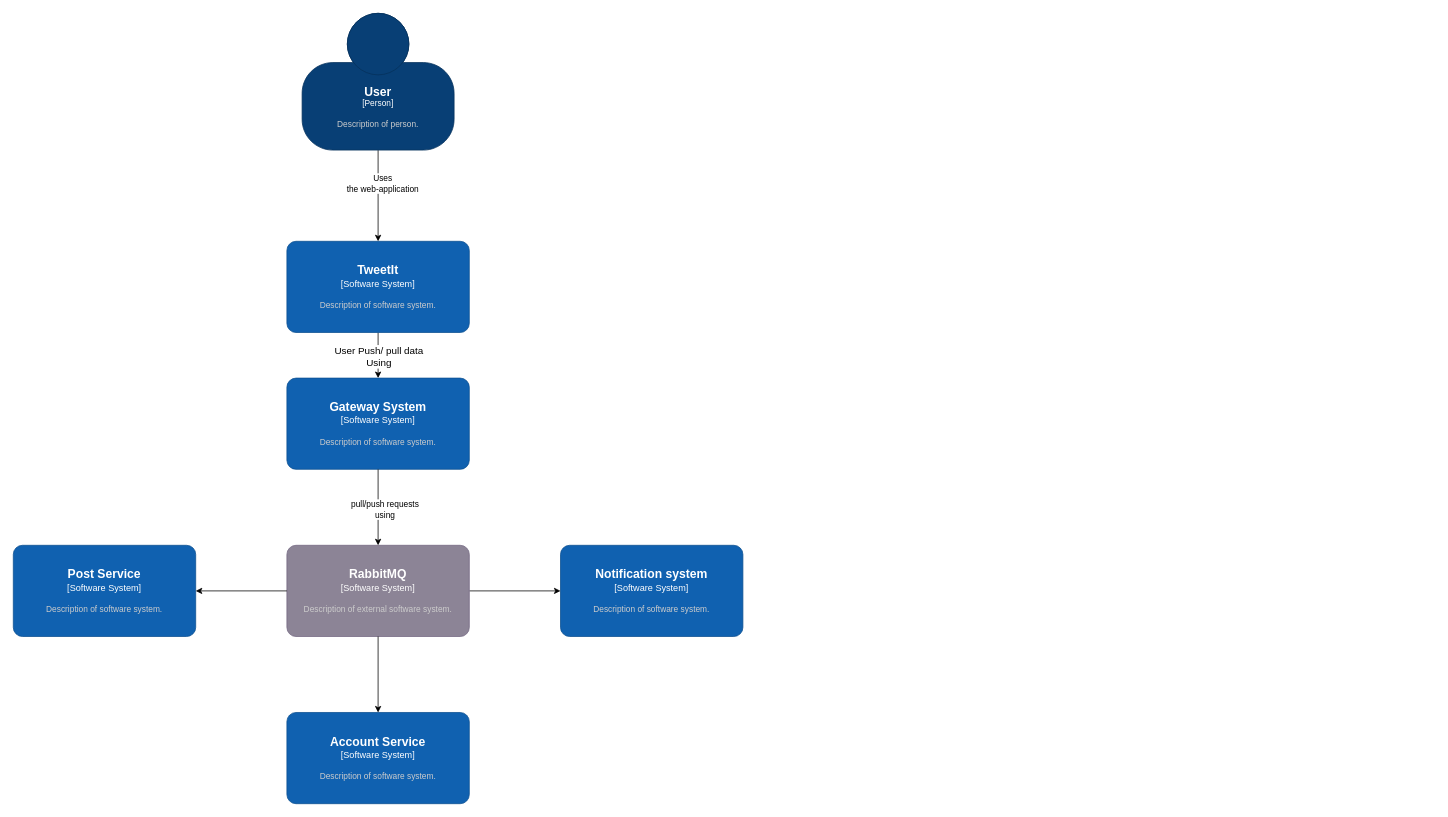
This is page "Side-1" (1 of 7) of docs/drawings/C4.drawio from Christianstensgaard/Assignment_TwitterLike, a draw.io file, before an edit. Source tidied: cells renumbered, new cells numbered last; positions are measured from the earlier drawing's top-left corner, leaving out a move shared by most shapes. Both pictures are drawn from the tidied source at 76%, with x=0, y=0 at pixel (13, 13).
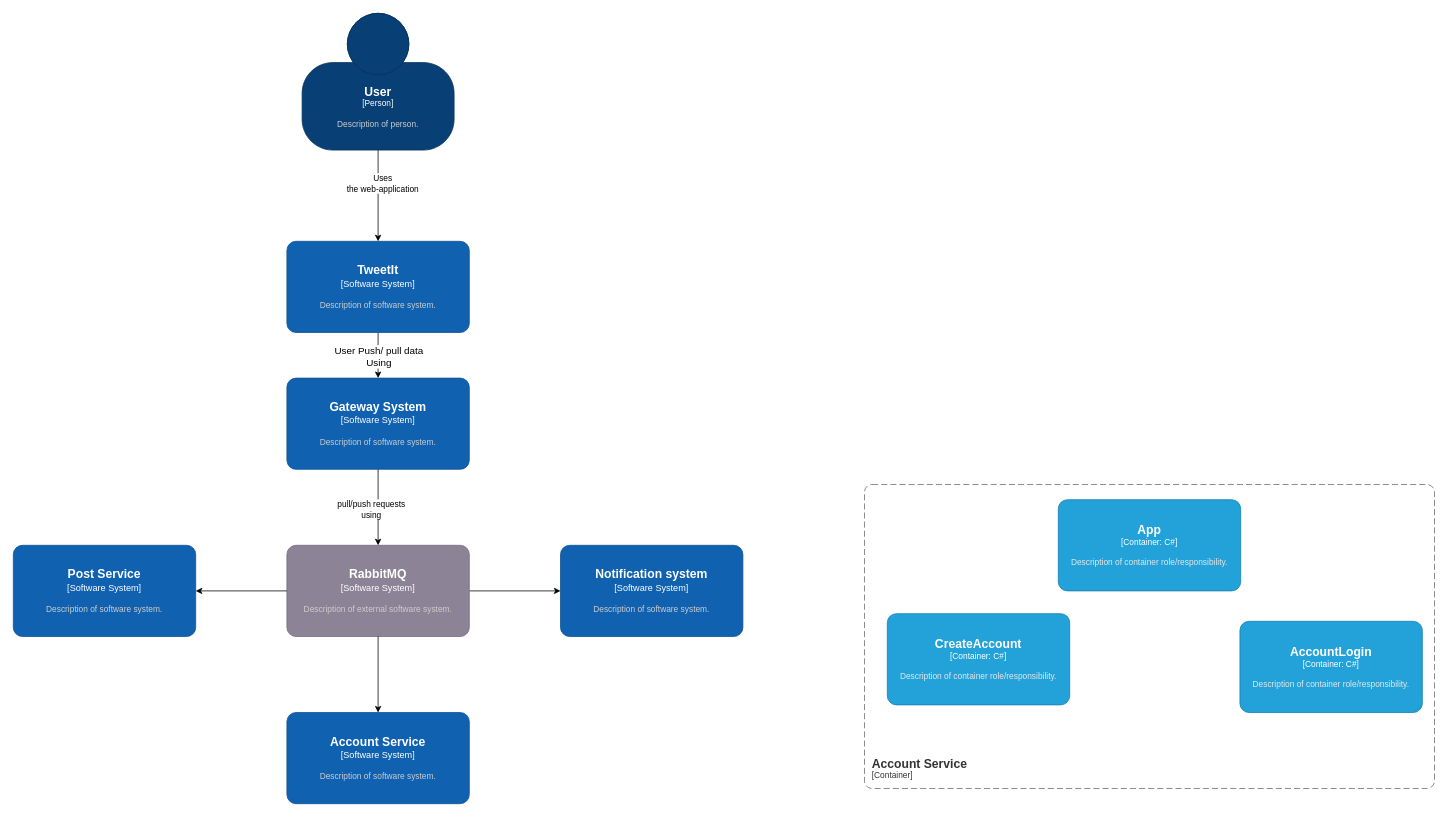
After the change.

The change refers to these unchanged cells:
```xml
<mxCell id="13" style="edgeStyle=orthogonalEdgeStyle;rounded=0;jettySize=auto;html=1;exitX=0.5;exitY=1;exitDx=0;exitDy=0;exitPerimeter=0;entryX=0.5;entryY=0;entryDx=0;entryDy=0;entryPerimeter=0;" parent="1" edge="1" source="7" target="10">
  <mxGeometry relative="1" as="geometry" />
</mxCell>
```

Change to the diagram source:
```diff
@@
     <mxCell id="14" value="pull/push requests&lt;br&gt;using" style="edgeLabel;html=1;align=center;verticalAlign=middle;" parent="13" vertex="1">
-      <mxGeometry x="0.04" y="8" relative="1" as="geometry" />
+      <mxGeometry x="0.04" y="8" relative="1" as="geometry">
+        <mxPoint x="-18" as="offset" />
+      </mxGeometry>
     </mxCell>
@@
+    <object id="18" label="&lt;font style=&quot;font-size: 16px&quot;&gt;&lt;b&gt;&lt;div style=&quot;text-align: left&quot;&gt;%c4Name%&lt;/div&gt;&lt;/b&gt;&lt;/font&gt;&lt;div style=&quot;text-align: left&quot;&gt;[%c4Application%]&lt;/div&gt;" c4Application="Container" c4Name="Account Service" placeholders="1">
+      <mxCell style="rounded=1;fontSize=11;whiteSpace=wrap;html=1;dashed=1;arcSize=20;fillColor=none;strokeColor=#666666;fontColor=#333333;labelBackgroundColor=none;align=left;verticalAlign=bottom;labelBorderColor=none;spacingTop=0;spacing=10;dashPattern=8 4;perimeter=rectanglePerimeter;noLabel=0;labelPadding=0;absoluteArcSize=1;" parent="1" vertex="1">
+        <mxGeometry x="1120" y="620" width="750" height="400" as="geometry" />
+      </mxCell>
+    </object>
+    <object id="19" label="&lt;font style=&quot;font-size: 16px&quot;&gt;&lt;b&gt;%c4Name%&lt;/b&gt;&lt;/font&gt;&lt;div&gt;[%c4Type%: %c4Technology%]&lt;/div&gt;&lt;br&gt;&lt;div&gt;&lt;font style=&quot;font-size: 11px&quot;&gt;&lt;font color=&quot;#E6E6E6&quot;&gt;%c4Description%&lt;/font&gt;&lt;/div&gt;" c4Description="Description of container role/responsibility." c4Name="CreateAccount" c4Technology="C#" c4Type="Container" placeholders="1">
+      <mxCell style="rounded=1;whiteSpace=wrap;html=1;fontSize=11;labelBackgroundColor=none;fillColor=#23A2D9;fontColor=#ffffff;align=center;arcSize=10;strokeColor=#0E7DAD;" parent="1" vertex="1">
+        <mxGeometry x="1150" y="790" width="240" height="120" as="geometry" />
+      </mxCell>
+    </object>
+    <object id="20" label="&lt;font style=&quot;font-size: 16px&quot;&gt;&lt;b&gt;%c4Name%&lt;/b&gt;&lt;/font&gt;&lt;div&gt;[%c4Type%: %c4Technology%]&lt;/div&gt;&lt;br&gt;&lt;div&gt;&lt;font style=&quot;font-size: 11px&quot;&gt;&lt;font color=&quot;#E6E6E6&quot;&gt;%c4Description%&lt;/font&gt;&lt;/div&gt;" c4Description="Description of container role/responsibility." c4Name="AccountLogin" c4Technology="C#" c4Type="Container" placeholders="1">
+      <mxCell style="rounded=1;whiteSpace=wrap;html=1;fontSize=11;labelBackgroundColor=none;fillColor=#23A2D9;fontColor=#ffffff;align=center;arcSize=10;strokeColor=#0E7DAD;" parent="1" vertex="1">
+        <mxGeometry x="1614" y="800" width="240" height="120" as="geometry" />
+      </mxCell>
+    </object>
+    <object id="21" label="&lt;font style=&quot;font-size: 16px&quot;&gt;&lt;b&gt;%c4Name%&lt;/b&gt;&lt;/font&gt;&lt;div&gt;[%c4Type%: %c4Technology%]&lt;/div&gt;&lt;br&gt;&lt;div&gt;&lt;font style=&quot;font-size: 11px&quot;&gt;&lt;font color=&quot;#E6E6E6&quot;&gt;%c4Description%&lt;/font&gt;&lt;/div&gt;" c4Description="Description of container role/responsibility." c4Name="App" c4Technology="C#" c4Type="Container" placeholders="1">
+      <mxCell style="rounded=1;whiteSpace=wrap;html=1;fontSize=11;labelBackgroundColor=none;fillColor=#23A2D9;fontColor=#ffffff;align=center;arcSize=10;strokeColor=#0E7DAD;" parent="1" vertex="1">
+        <mxGeometry x="1375" y="640" width="240" height="120" as="geometry" />
+      </mxCell>
+    </object>
```
